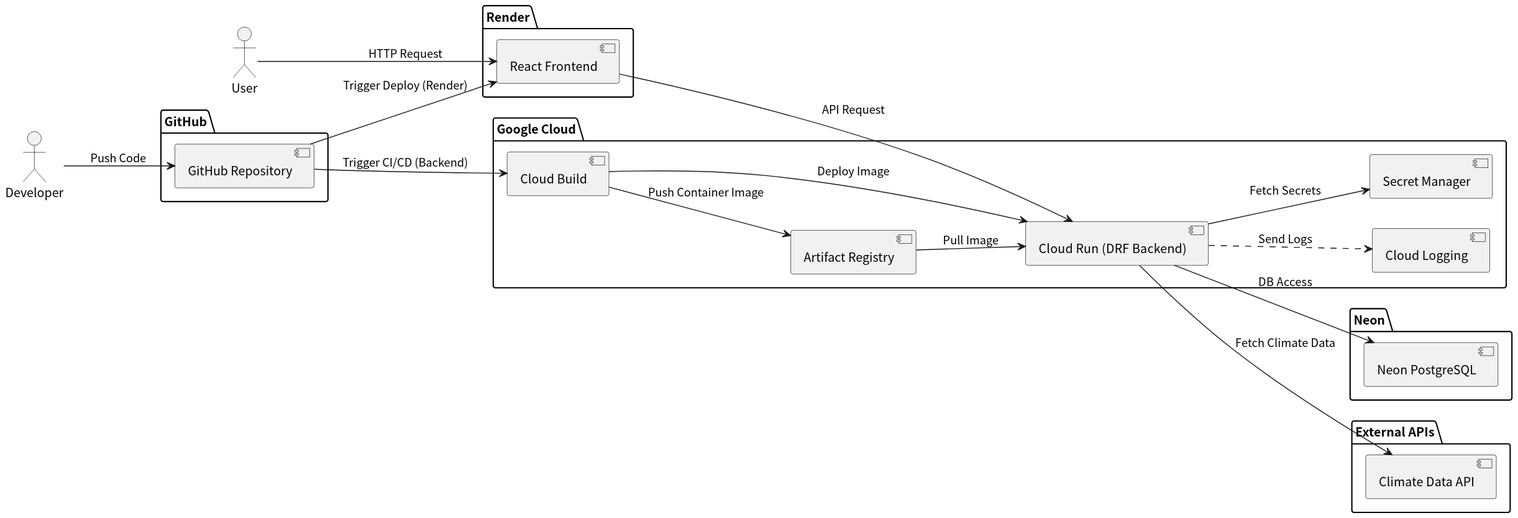
Before: docs/system_architecture/system_architecture/system_architecture.svg, a diagram exported from PlantUML (tomoki-shiozaki/climate-change-app).
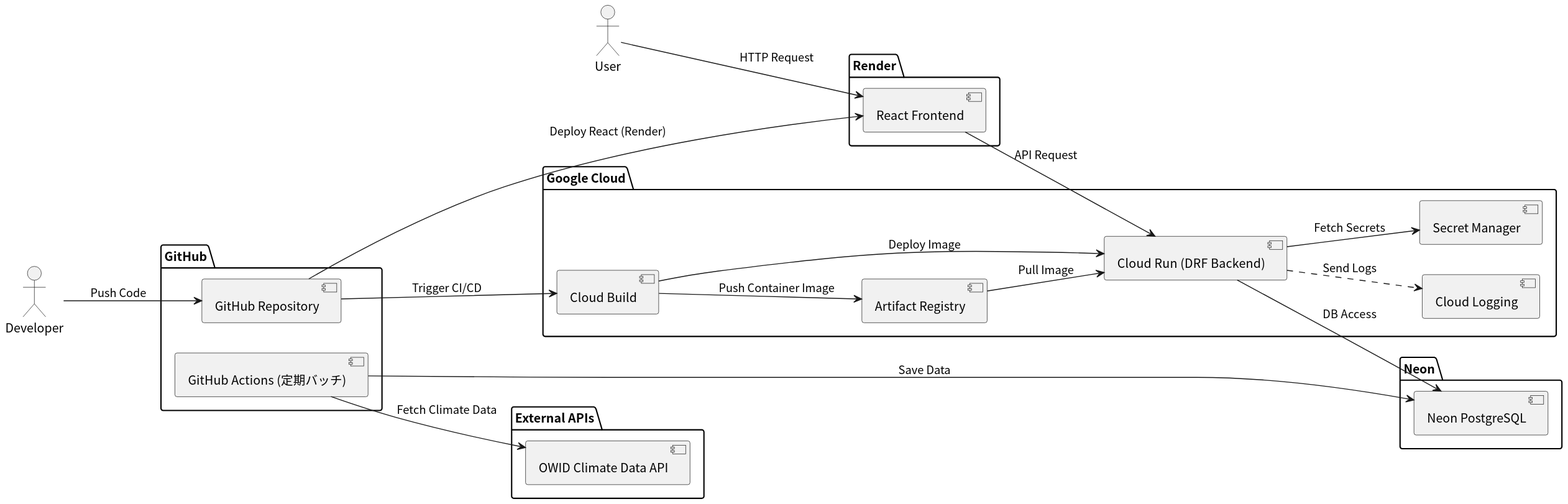
After the change.

Commit message:
docs: add system architecture diagram

The edit, as a diff of the source:
```diff
@@ -4,10 +4,6 @@
 
 actor User
 actor Developer
-
-package "GitHub" {
-  component "GitHub Repository" as GitHubRepo
-}
 
 package "Render" {
   component "React Frontend" as Frontend
@@ -26,22 +22,29 @@
 }
 
 package "External APIs" {
-  component "Climate Data API" as ClimateAPI
+  component "OWID Climate Data API" as OWIDAPI
+}
+
+package "GitHub" {
+  component "GitHub Repository" as GitHubRepo
+  component "GitHub Actions (定期バッチ)" as GitHubActions
 }
 
 Developer --> GitHubRepo : Push Code
-GitHubRepo --> CloudBuild : Trigger CI/CD (Backend)
+GitHubRepo --> CloudBuild : Trigger CI/CD
 CloudBuild --> ArtifactRegistry : Push Container Image
 CloudBuild --> CloudRun : Deploy Image
 ArtifactRegistry --> CloudRun : Pull Image
 
-GitHubRepo --> Frontend : Trigger Deploy (Render)
+GitHubRepo --> Frontend : Deploy React (Render)
 
 CloudRun --> SecretManager : Fetch Secrets
+
+GitHubActions --> OWIDAPI : Fetch Climate Data
+GitHubActions --> NeonPostgreSQL : Save Data
 
 User --> Frontend : HTTP Request
 Frontend --> CloudRun : API Request
 CloudRun --> NeonPostgreSQL : DB Access
-CloudRun --> ClimateAPI : Fetch Climate Data
 CloudRun ..> Logging : Send Logs
 @enduml
```
